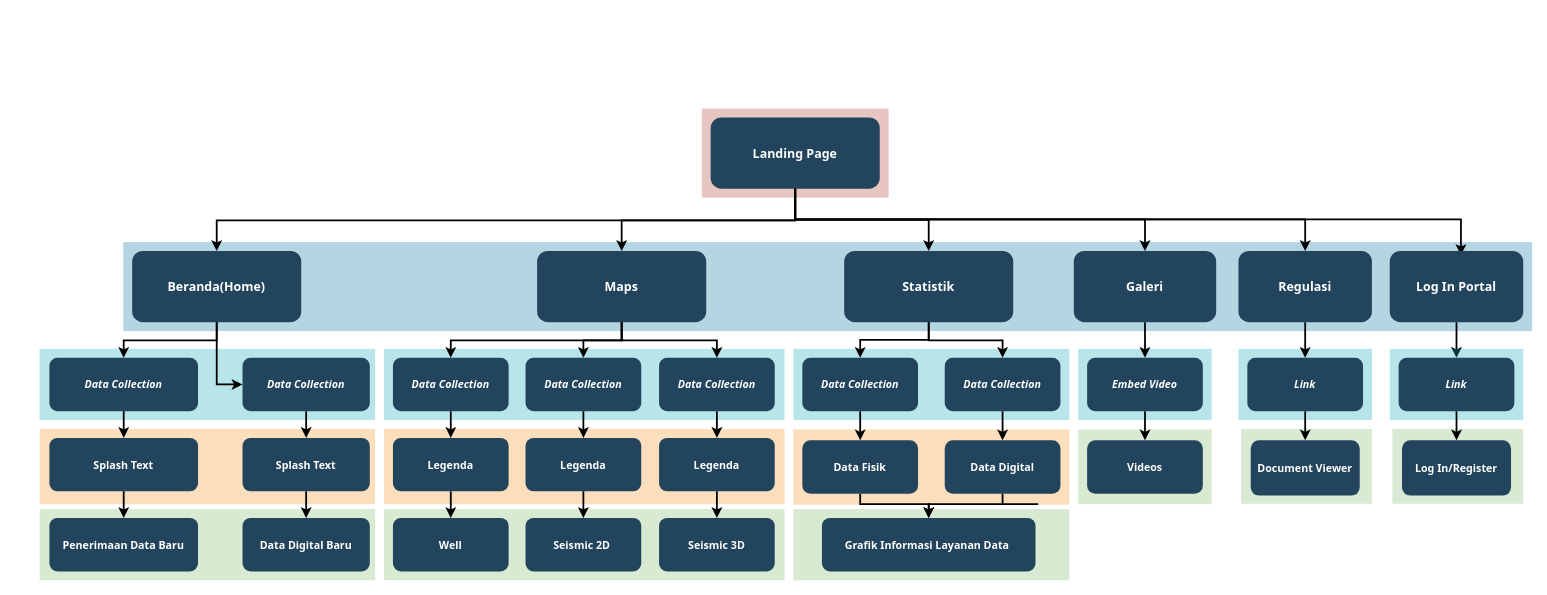
Before: sitemap.drawio in mrapriansyah34/draw.io, a draw.io diagram. Source tidied: cells renumbered, new cells numbered last; positions are measured from the earlier drawing's top-left corner, leaving out a move shared by most shapes. Both pictures are drawn from the tidied source at 89%, with x=0, y=0 at pixel (39, 109).
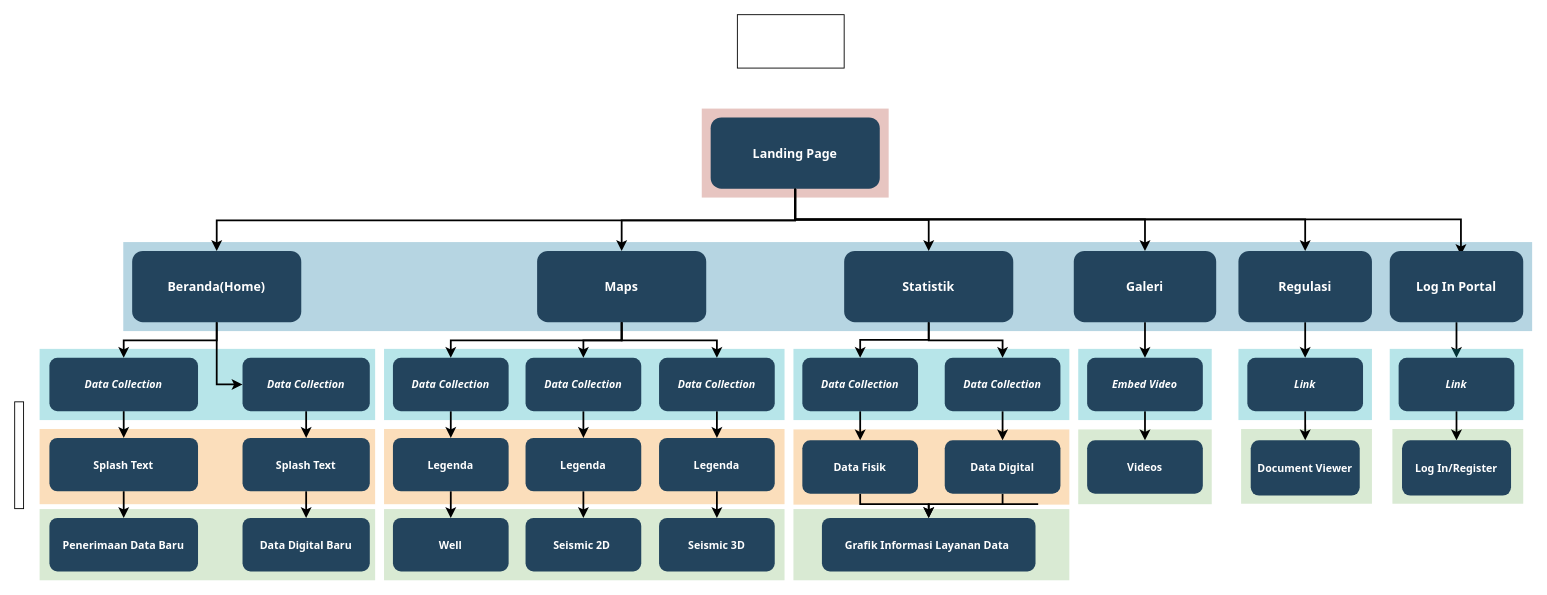
The same page after the edit.

The edit, as a diff of the source:
```diff
@@
+    <mxCell id="85" style="rounded=0;whiteSpace=wrap;html=1;" parent="1" vertex="1">
+      <mxGeometry x="784" y="-106" width="120" height="60" as="geometry" />
+    </mxCell>
+    <mxCell id="86" style="rounded=0;whiteSpace=wrap;html=1;rotation=90;" parent="1" vertex="1">
+      <mxGeometry x="-83" y="384" width="120" height="10" as="geometry" />
+    </mxCell>
```
